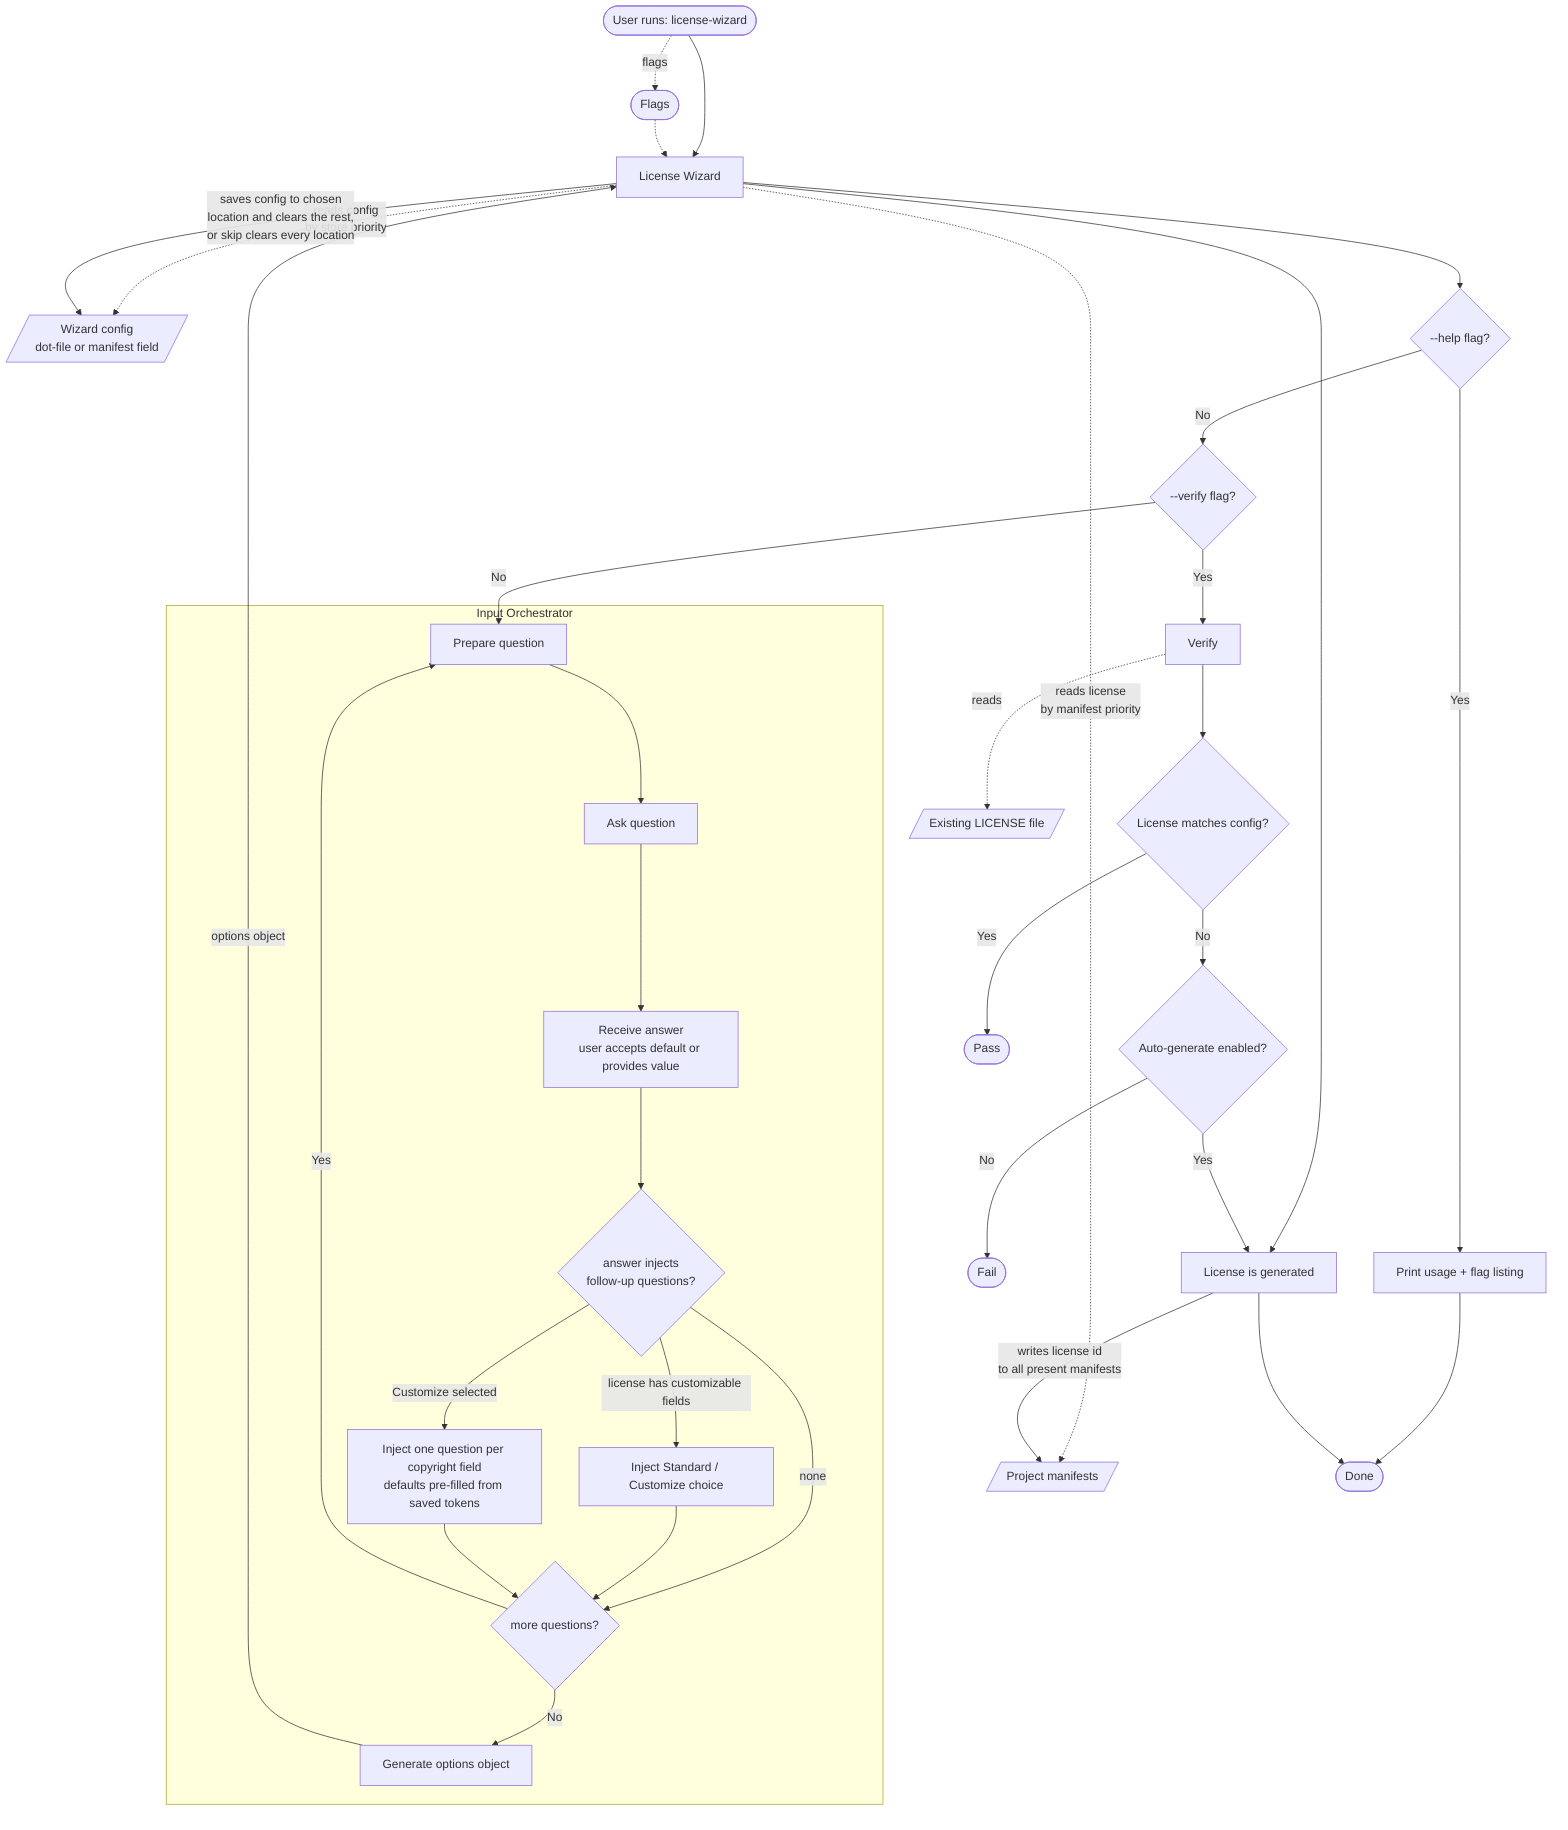
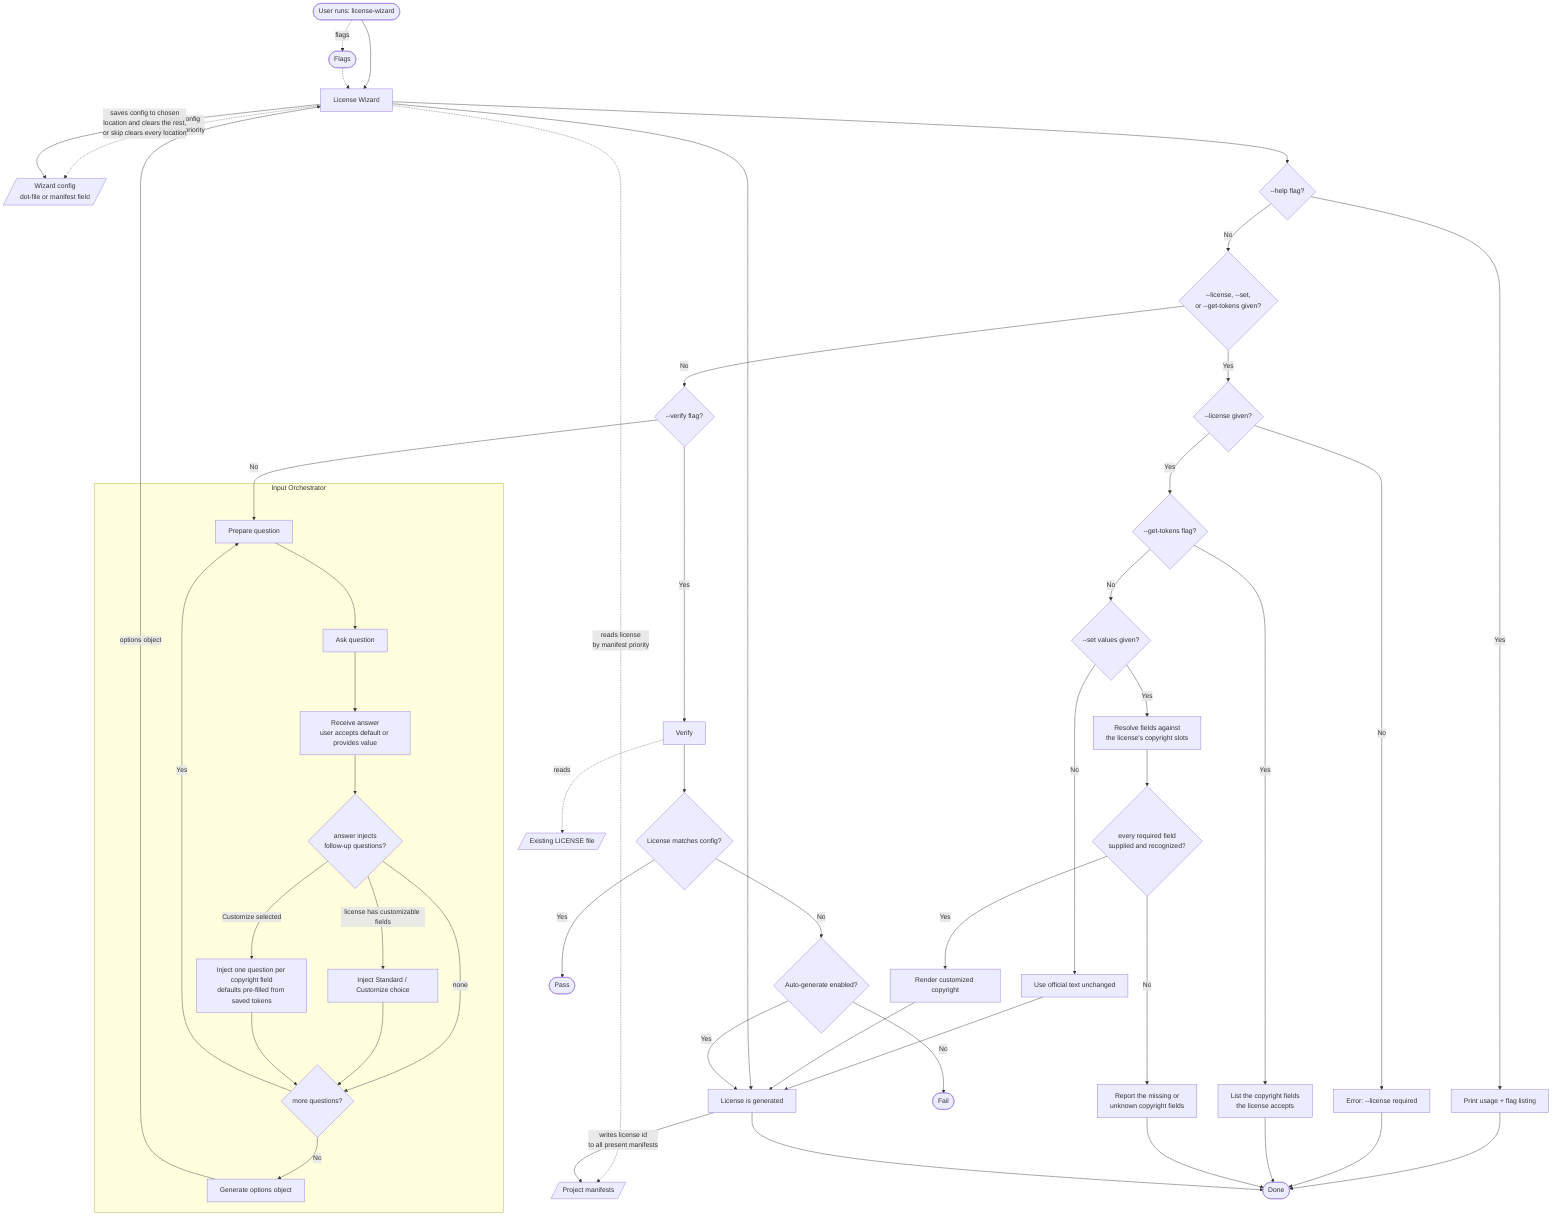
flowchart TD
    A([User runs: license-wizard]) --> LW[License Wizard]
    A -.->|flags| FL([Flags])
    FL -.-> LW
    LW -.->|reads config<br/>by store priority| LC[/Wizard config<br/>dot-file or manifest field/]
    LW -.->|reads license<br/>by manifest priority| PJ[/Project manifests/]

    LW --> HELP{--help flag?}

    %% ─── Help path ───
    HELP -->|Yes| HU[Print usage + flag listing]
    HU --> H

-     HELP -->|No| M{--verify flag?}
+     HELP -->|No| NI{--license, --set,<br/>or --get-tokens given?}
+ 
+     %% ─── Non-interactive CLI path ───
+     NI -->|Yes| NIL{--license given?}
+     NIL -->|No| ERRL[Error: --license required] --> H
+     NIL -->|Yes| GT{--get-tokens flag?}
+     GT -->|Yes| LT[List the copyright fields<br/>the license accepts] --> H
+     GT -->|No| HS{--set values given?}
+     HS -->|No| STD[Use official text unchanged]
+     HS -->|Yes| RES[Resolve fields against<br/>the license's copyright slots]
+     RES --> CHK{every required field<br/>supplied and recognized?}
+     CHK -->|No| NEED[Report the missing or<br/>unknown copyright fields] --> H
+     CHK -->|Yes| CUST[Render customized copyright]
+     STD --> G
+     CUST --> G
+ 
+     NI -->|No| M{--verify flag?}

    %% ─── Interactive / generation path ───
    M -->|No| C

    subgraph IO [Input Orchestrator]
        C[Prepare question]
        C --> D[Ask question]
        D --> E[Receive answer<br/>user accepts default or provides value]
        E --> INJ{answer injects<br/>follow-up questions?}
        INJ -->|license has customizable fields| MODE[Inject Standard / Customize choice]
        INJ -->|Customize selected| FIELDS[Inject one question per copyright field<br/>defaults pre-filled from saved tokens]
        INJ -->|none| F
        MODE --> F
        FIELDS --> F
        F{more questions?}
        F -->|Yes| C
        F -->|No| OG[Generate options object]
    end

    OG -->|options object| LW
    LW -->|saves config to chosen<br/>location and clears the rest,<br/>or skip clears every location| LC
    LW --> G[License is generated]
    G -->|writes license id<br/>to all present manifests| PJ
    G --> H([Done])

    %% ─── Verification path ───
    M -->|Yes| V[Verify]
    V -.->|reads| EL[/Existing LICENSE file/]
    V --> R{License matches config?}
    R -->|Yes| PASS([Pass])
    R -->|No| AG{Auto-generate enabled?}
    AG -->|Yes| G
    AG -->|No| FAIL([Fail])
